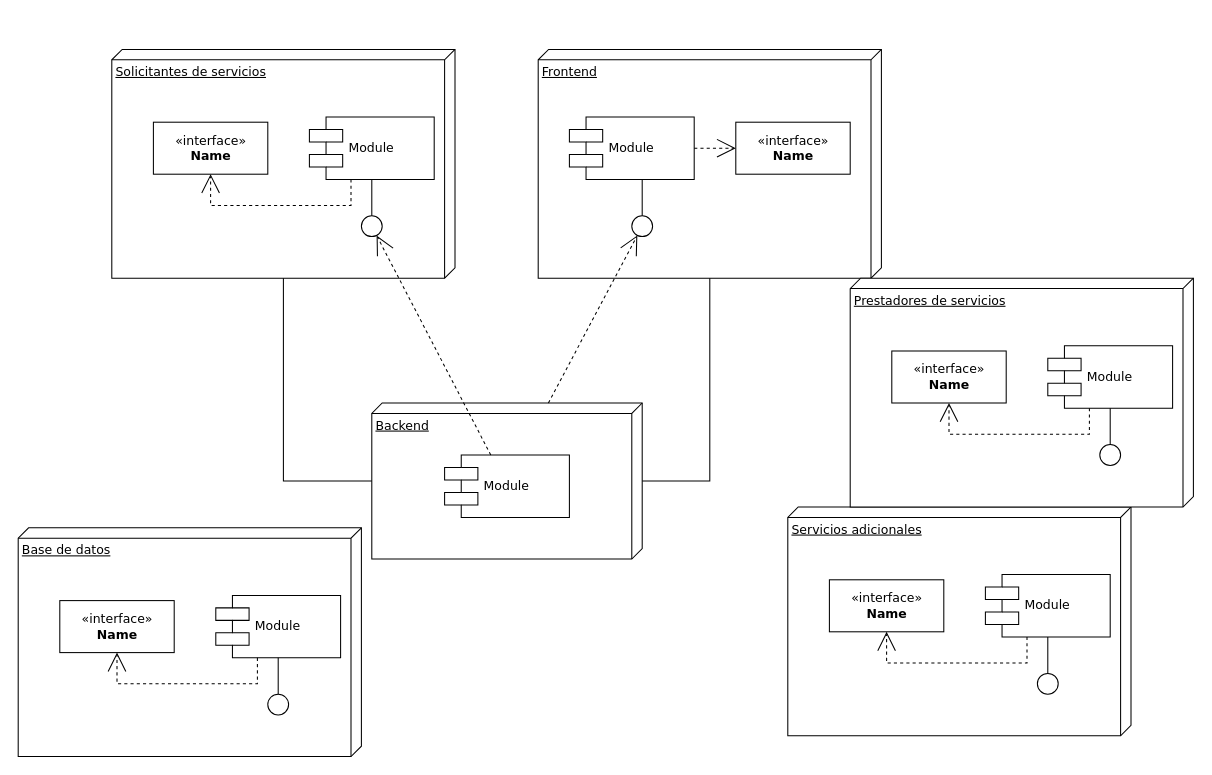
Before: componentes.drawio in jcramonp/PRACTICA_1, a draw.io diagram. Source tidied: cells renumbered, new cells numbered last; positions are measured from the earlier drawing's top-left corner, leaving out a move shared by most shapes. Both pictures are drawn from the tidied source at 104%, with x=0, y=0 at pixel (18, 49).
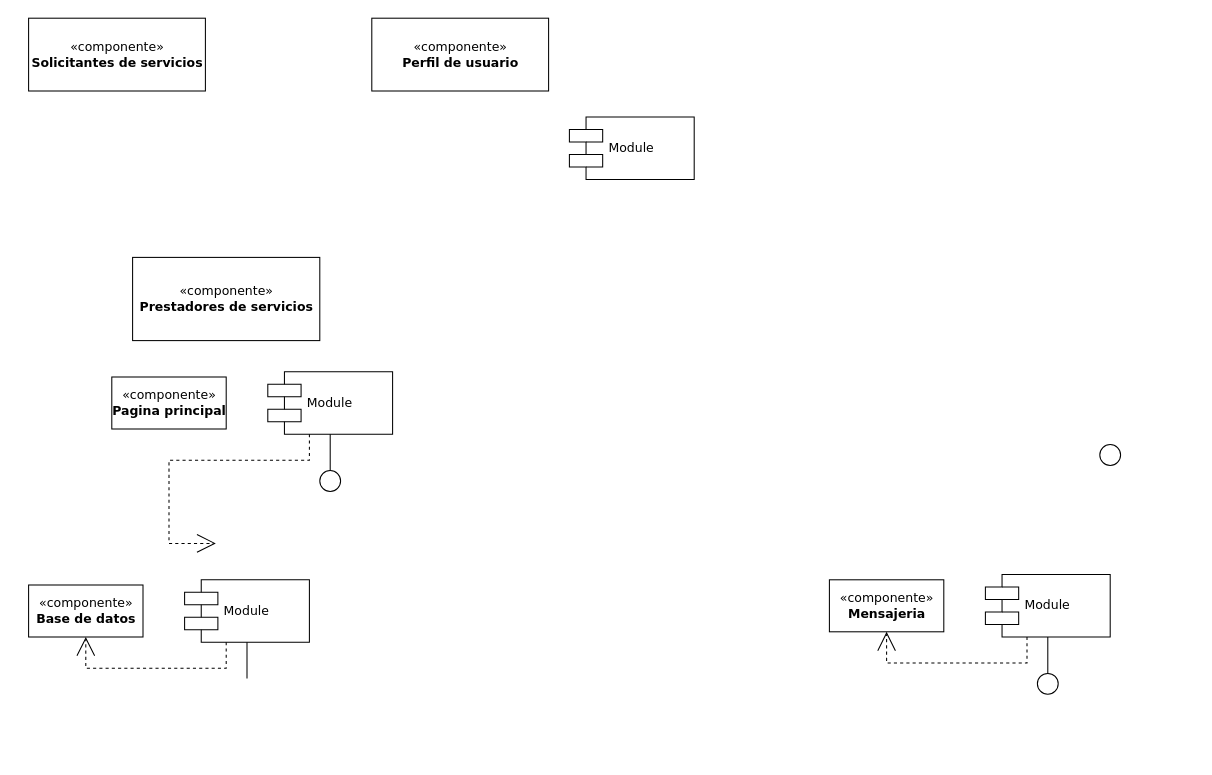
Above is the later version.

The change refers to these unchanged cells:
```xml
<mxCell id="8" value="Module" style="shape=component;align=left;spacingLeft=36;rounded=0;shadow=0;comic=0;labelBackgroundColor=none;strokeWidth=1;fontFamily=Verdana;fontSize=12;html=1;" parent="1" vertex="1">
  <mxGeometry x="530" y="65" width="120" height="60" as="geometry" />
</mxCell>
<mxCell id="35" style="ellipse;whiteSpace=wrap;html=1;rounded=0;shadow=0;comic=0;labelBackgroundColor=none;strokeWidth=1;fontFamily=Verdana;fontSize=12;align=center;" parent="1" vertex="1">
  <mxGeometry x="1040" y="380" width="20" height="20" as="geometry" />
</mxCell>
```

Diff of the diagram source:
```diff
@@
-    <mxCell id="2" value="Solicitantes de servicios" style="verticalAlign=top;align=left;spacingTop=8;spacingLeft=2;spacingRight=12;shape=cube;size=10;direction=south;fontStyle=4;html=1;rounded=0;shadow=0;comic=0;labelBackgroundColor=none;strokeWidth=1;fontFamily=Verdana;fontSize=12;" parent="1" vertex="1">
-      <mxGeometry x="90" width="330" height="220" as="geometry" />
-    </mxCell>
-    <mxCell id="3" value="Frontend" style="verticalAlign=top;align=left;spacingTop=8;spacingLeft=2;spacingRight=12;shape=cube;size=10;direction=south;fontStyle=4;html=1;rounded=0;shadow=0;comic=0;labelBackgroundColor=none;strokeWidth=1;fontFamily=Verdana;fontSize=12;" parent="1" vertex="1">
-      <mxGeometry x="500" width="330" height="220" as="geometry" />
-    </mxCell>
-    <mxCell id="4" value="Backend" style="verticalAlign=top;align=left;spacingTop=8;spacingLeft=2;spacingRight=12;shape=cube;size=10;direction=south;fontStyle=4;html=1;rounded=0;shadow=0;comic=0;labelBackgroundColor=none;strokeWidth=1;fontFamily=Verdana;fontSize=12;" parent="1" vertex="1">
-      <mxGeometry x="340" y="340" width="260" height="150" as="geometry" />
-    </mxCell>
-    <mxCell id="5" value="&amp;laquo;interface&amp;raquo;&lt;br&gt;&lt;b&gt;Name&lt;/b&gt;" style="html=1;rounded=0;shadow=0;comic=0;labelBackgroundColor=none;strokeWidth=1;fontFamily=Verdana;fontSize=12;align=center;" parent="1" vertex="1">
-      <mxGeometry x="130" y="70" width="110" height="50" as="geometry" />
+    <mxCell id="5" value="«componente»&lt;br&gt;&lt;b&gt;Solicitantes de servicios&lt;/b&gt;" style="html=1;rounded=0;shadow=0;comic=0;labelBackgroundColor=none;strokeWidth=1;fontFamily=Verdana;fontSize=12;align=center;" parent="1" vertex="1">
+      <mxGeometry x="10" y="-30" width="170" height="70" as="geometry" />
     </mxCell>
-    <mxCell id="6" value="Module" style="shape=component;align=left;spacingLeft=36;rounded=0;shadow=0;comic=0;labelBackgroundColor=none;strokeWidth=1;fontFamily=Verdana;fontSize=12;html=1;" parent="1" vertex="1">
-      <mxGeometry x="280" y="65" width="120" height="60" as="geometry" />
-    </mxCell>
-    <mxCell id="7" style="ellipse;whiteSpace=wrap;html=1;rounded=0;shadow=0;comic=0;labelBackgroundColor=none;strokeWidth=1;fontFamily=Verdana;fontSize=12;align=center;" parent="1" vertex="1">
-      <mxGeometry x="330" y="160" width="20" height="20" as="geometry" />
-    </mxCell>
@@
-    <mxCell id="9" value="&amp;laquo;interface&amp;raquo;&lt;br&gt;&lt;b&gt;Name&lt;/b&gt;" style="html=1;rounded=0;shadow=0;comic=0;labelBackgroundColor=none;strokeWidth=1;fontFamily=Verdana;fontSize=12;align=center;" parent="1" vertex="1">
-      <mxGeometry x="690" y="70" width="110" height="50" as="geometry" />
+    <mxCell id="9" value="«componente»&lt;br&gt;&lt;b&gt;Prestadores de servicios&lt;/b&gt;" style="html=1;rounded=0;shadow=0;comic=0;labelBackgroundColor=none;strokeWidth=1;fontFamily=Verdana;fontSize=12;align=center;" parent="1" vertex="1">
+      <mxGeometry x="110" y="200" width="180" height="80" as="geometry" />
     </mxCell>
-    <mxCell id="10" style="ellipse;whiteSpace=wrap;html=1;rounded=0;shadow=0;comic=0;labelBackgroundColor=none;strokeWidth=1;fontFamily=Verdana;fontSize=12;align=center;" parent="1" vertex="1">
-      <mxGeometry x="590" y="160" width="20" height="20" as="geometry" />
-    </mxCell>
-    <mxCell id="11" value="Module" style="shape=component;align=left;spacingLeft=36;rounded=0;shadow=0;comic=0;labelBackgroundColor=none;strokeWidth=1;fontFamily=Verdana;fontSize=12;html=1;" parent="1" vertex="1">
-      <mxGeometry x="410" y="390" width="120" height="60" as="geometry" />
-    </mxCell>
-    <mxCell id="12" style="edgeStyle=none;rounded=0;html=1;dashed=1;labelBackgroundColor=none;startArrow=none;startFill=0;startSize=8;endArrow=open;endFill=0;endSize=16;fontFamily=Verdana;fontSize=12;" parent="1" edge="1" source="11" target="7">
-      <mxGeometry relative="1" as="geometry" />
-    </mxCell>
-    <mxCell id="13" style="edgeStyle=none;rounded=0;html=1;dashed=1;labelBackgroundColor=none;startArrow=none;startFill=0;startSize=8;endArrow=open;endFill=0;endSize=16;fontFamily=Verdana;fontSize=12;" parent="1" edge="1" source="4" target="10">
-      <mxGeometry relative="1" as="geometry" />
-    </mxCell>
-    <mxCell id="14" style="edgeStyle=elbowEdgeStyle;rounded=0;html=1;labelBackgroundColor=none;startArrow=none;startFill=0;startSize=8;endArrow=none;endFill=0;endSize=16;fontFamily=Verdana;fontSize=12;" parent="1" edge="1" source="10" target="8">
-      <mxGeometry relative="1" as="geometry" />
-    </mxCell>
-    <mxCell id="15" style="edgeStyle=elbowEdgeStyle;rounded=0;html=1;labelBackgroundColor=none;startArrow=none;startFill=0;startSize=8;endArrow=none;endFill=0;endSize=16;fontFamily=Verdana;fontSize=12;" parent="1" edge="1" source="7" target="6">
-      <mxGeometry relative="1" as="geometry" />
-    </mxCell>
-    <mxCell id="16" style="edgeStyle=orthogonalEdgeStyle;rounded=0;html=1;labelBackgroundColor=none;startArrow=none;startFill=0;startSize=8;endArrow=open;endFill=0;endSize=16;fontFamily=Verdana;fontSize=12;dashed=1;" parent="1" edge="1" source="6" target="5">
-      <mxGeometry relative="1" as="geometry">
-        <Array as="points">
-          <mxPoint x="320" y="150" />
-          <mxPoint x="185" y="150" />
-        </Array>
-      </mxGeometry>
-    </mxCell>
-    <mxCell id="17" style="edgeStyle=orthogonalEdgeStyle;rounded=0;html=1;dashed=1;labelBackgroundColor=none;startArrow=none;startFill=0;startSize=8;endArrow=open;endFill=0;endSize=16;fontFamily=Verdana;fontSize=12;" parent="1" edge="1" source="8" target="9">
-      <mxGeometry relative="1" as="geometry" />
-    </mxCell>
-    <mxCell id="18" style="edgeStyle=orthogonalEdgeStyle;rounded=0;html=1;labelBackgroundColor=none;startArrow=none;startFill=0;startSize=8;endArrow=none;endFill=0;endSize=16;fontFamily=Verdana;fontSize=12;" parent="1" edge="1" source="4" target="3">
-      <mxGeometry relative="1" as="geometry">
-        <Array as="points">
-          <mxPoint x="665" y="415" />
-        </Array>
-      </mxGeometry>
-    </mxCell>
-    <mxCell id="19" style="edgeStyle=orthogonalEdgeStyle;rounded=0;html=1;labelBackgroundColor=none;startArrow=none;startFill=0;startSize=8;endArrow=none;endFill=0;endSize=16;fontFamily=Verdana;fontSize=12;" parent="1" edge="1" source="4" target="2">
-      <mxGeometry relative="1" as="geometry">
-        <Array as="points">
-          <mxPoint x="255" y="415" />
-        </Array>
-      </mxGeometry>
-    </mxCell>
-    <mxCell id="20" value="Base de datos" style="verticalAlign=top;align=left;spacingTop=8;spacingLeft=2;spacingRight=12;shape=cube;size=10;direction=south;fontStyle=4;html=1;rounded=0;shadow=0;comic=0;labelBackgroundColor=none;strokeWidth=1;fontFamily=Verdana;fontSize=12;" parent="1" vertex="1">
-      <mxGeometry y="460" width="330" height="220" as="geometry" />
-    </mxCell>
-    <mxCell id="21" value="&amp;laquo;interface&amp;raquo;&lt;br&gt;&lt;b&gt;Name&lt;/b&gt;" style="html=1;rounded=0;shadow=0;comic=0;labelBackgroundColor=none;strokeWidth=1;fontFamily=Verdana;fontSize=12;align=center;" parent="1" vertex="1">
-      <mxGeometry x="40" y="530" width="110" height="50" as="geometry" />
+    <mxCell id="21" value="«componente»&lt;br&gt;&lt;b&gt;Pagina principal&lt;/b&gt;" style="html=1;rounded=0;shadow=0;comic=0;labelBackgroundColor=none;strokeWidth=1;fontFamily=Verdana;fontSize=12;align=center;" parent="1" vertex="1">
+      <mxGeometry x="90" y="315" width="110" height="50" as="geometry" />
     </mxCell>
     <mxCell id="22" value="Module" style="shape=component;align=left;spacingLeft=36;rounded=0;shadow=0;comic=0;labelBackgroundColor=none;strokeWidth=1;fontFamily=Verdana;fontSize=12;html=1;" parent="1" vertex="1">
-      <mxGeometry x="190" y="525" width="120" height="60" as="geometry" />
+      <mxGeometry x="240" y="310" width="120" height="60" as="geometry" />
     </mxCell>
     <mxCell id="23" style="ellipse;whiteSpace=wrap;html=1;rounded=0;shadow=0;comic=0;labelBackgroundColor=none;strokeWidth=1;fontFamily=Verdana;fontSize=12;align=center;" parent="1" vertex="1">
-      <mxGeometry x="240" y="620" width="20" height="20" as="geometry" />
+      <mxGeometry x="290" y="405" width="20" height="20" as="geometry" />
     </mxCell>
@@
-    <mxCell id="25" style="edgeStyle=orthogonalEdgeStyle;rounded=0;html=1;labelBackgroundColor=none;startArrow=none;startFill=0;startSize=8;endArrow=open;endFill=0;endSize=16;fontFamily=Verdana;fontSize=12;dashed=1;" parent="1" edge="1" source="22" target="21">
+    <mxCell id="25" style="edgeStyle=orthogonalEdgeStyle;rounded=0;html=1;labelBackgroundColor=none;startArrow=none;startFill=0;startSize=8;endArrow=open;endFill=0;endSize=16;fontFamily=Verdana;fontSize=12;dashed=1;" parent="1" edge="1" source="22">
       <mxGeometry relative="1" as="geometry">
+        <mxPoint x="190" y="475" as="targetPoint" />
         <Array as="points">
-          <mxPoint x="230" y="610" />
-          <mxPoint x="95" y="610" />
+          <mxPoint x="280" y="395" />
+          <mxPoint x="145" y="395" />
         </Array>
       </mxGeometry>
     </mxCell>
-    <mxCell id="26" value="Servicios adicionales" style="verticalAlign=top;align=left;spacingTop=8;spacingLeft=2;spacingRight=12;shape=cube;size=10;direction=south;fontStyle=4;html=1;rounded=0;shadow=0;comic=0;labelBackgroundColor=none;strokeWidth=1;fontFamily=Verdana;fontSize=12;" parent="1" vertex="1">
-      <mxGeometry x="740" y="440" width="330" height="220" as="geometry" />
-    </mxCell>
-    <mxCell id="27" value="&amp;laquo;interface&amp;raquo;&lt;br&gt;&lt;b&gt;Name&lt;/b&gt;" style="html=1;rounded=0;shadow=0;comic=0;labelBackgroundColor=none;strokeWidth=1;fontFamily=Verdana;fontSize=12;align=center;" parent="1" vertex="1">
+    <mxCell id="27" value="«componente»&lt;br&gt;&lt;b&gt;Mensajeria&lt;/b&gt;" style="html=1;rounded=0;shadow=0;comic=0;labelBackgroundColor=none;strokeWidth=1;fontFamily=Verdana;fontSize=12;align=center;" parent="1" vertex="1">
       <mxGeometry x="780" y="510" width="110" height="50" as="geometry" />
     </mxCell>
@@
-    <mxCell id="32" value="Prestadores de servicios" style="verticalAlign=top;align=left;spacingTop=8;spacingLeft=2;spacingRight=12;shape=cube;size=10;direction=south;fontStyle=4;html=1;rounded=0;shadow=0;comic=0;labelBackgroundColor=none;strokeWidth=1;fontFamily=Verdana;fontSize=12;" parent="1" vertex="1">
-      <mxGeometry x="800" y="220" width="330" height="220" as="geometry" />
-    </mxCell>
-    <mxCell id="33" value="&amp;laquo;interface&amp;raquo;&lt;br&gt;&lt;b&gt;Name&lt;/b&gt;" style="html=1;rounded=0;shadow=0;comic=0;labelBackgroundColor=none;strokeWidth=1;fontFamily=Verdana;fontSize=12;align=center;" parent="1" vertex="1">
-      <mxGeometry x="840" y="290" width="110" height="50" as="geometry" />
+    <mxCell id="33" value="«componente»&lt;br&gt;&lt;b&gt;Base de datos&lt;/b&gt;" style="html=1;rounded=0;shadow=0;comic=0;labelBackgroundColor=none;strokeWidth=1;fontFamily=Verdana;fontSize=12;align=center;" parent="1" vertex="1">
+      <mxGeometry x="10" y="515" width="110" height="50" as="geometry" />
     </mxCell>
     <mxCell id="34" value="Module" style="shape=component;align=left;spacingLeft=36;rounded=0;shadow=0;comic=0;labelBackgroundColor=none;strokeWidth=1;fontFamily=Verdana;fontSize=12;html=1;" parent="1" vertex="1">
-      <mxGeometry x="990" y="285" width="120" height="60" as="geometry" />
+      <mxGeometry x="160" y="510" width="120" height="60" as="geometry" />
     </mxCell>
@@
-    <mxCell id="36" style="edgeStyle=elbowEdgeStyle;rounded=0;html=1;labelBackgroundColor=none;startArrow=none;startFill=0;startSize=8;endArrow=none;endFill=0;endSize=16;fontFamily=Verdana;fontSize=12;" parent="1" edge="1" source="35" target="34">
-      <mxGeometry relative="1" as="geometry" />
+    <mxCell id="36" style="edgeStyle=elbowEdgeStyle;rounded=0;html=1;labelBackgroundColor=none;startArrow=none;startFill=0;startSize=8;endArrow=none;endFill=0;endSize=16;fontFamily=Verdana;fontSize=12;" parent="1" edge="1" target="34">
+      <mxGeometry relative="1" as="geometry">
+        <mxPoint x="220" y="605" as="sourcePoint" />
+      </mxGeometry>
     </mxCell>
     <mxCell id="37" style="edgeStyle=orthogonalEdgeStyle;rounded=0;html=1;labelBackgroundColor=none;startArrow=none;startFill=0;startSize=8;endArrow=open;endFill=0;endSize=16;fontFamily=Verdana;fontSize=12;dashed=1;" parent="1" edge="1" source="34" target="33">
       <mxGeometry relative="1" as="geometry">
         <Array as="points">
-          <mxPoint x="1030" y="370" />
-          <mxPoint x="895" y="370" />
+          <mxPoint x="200" y="595" />
+          <mxPoint x="65" y="595" />
         </Array>
       </mxGeometry>
     </mxCell>
+    <mxCell id="38" value="«componente»&lt;br&gt;&lt;b&gt;Perfil de usuario&lt;/b&gt;" style="html=1;rounded=0;shadow=0;comic=0;labelBackgroundColor=none;strokeWidth=1;fontFamily=Verdana;fontSize=12;align=center;" parent="1" vertex="1">
+      <mxGeometry x="340" y="-30" width="170" height="70" as="geometry" />
+    </mxCell>
```
